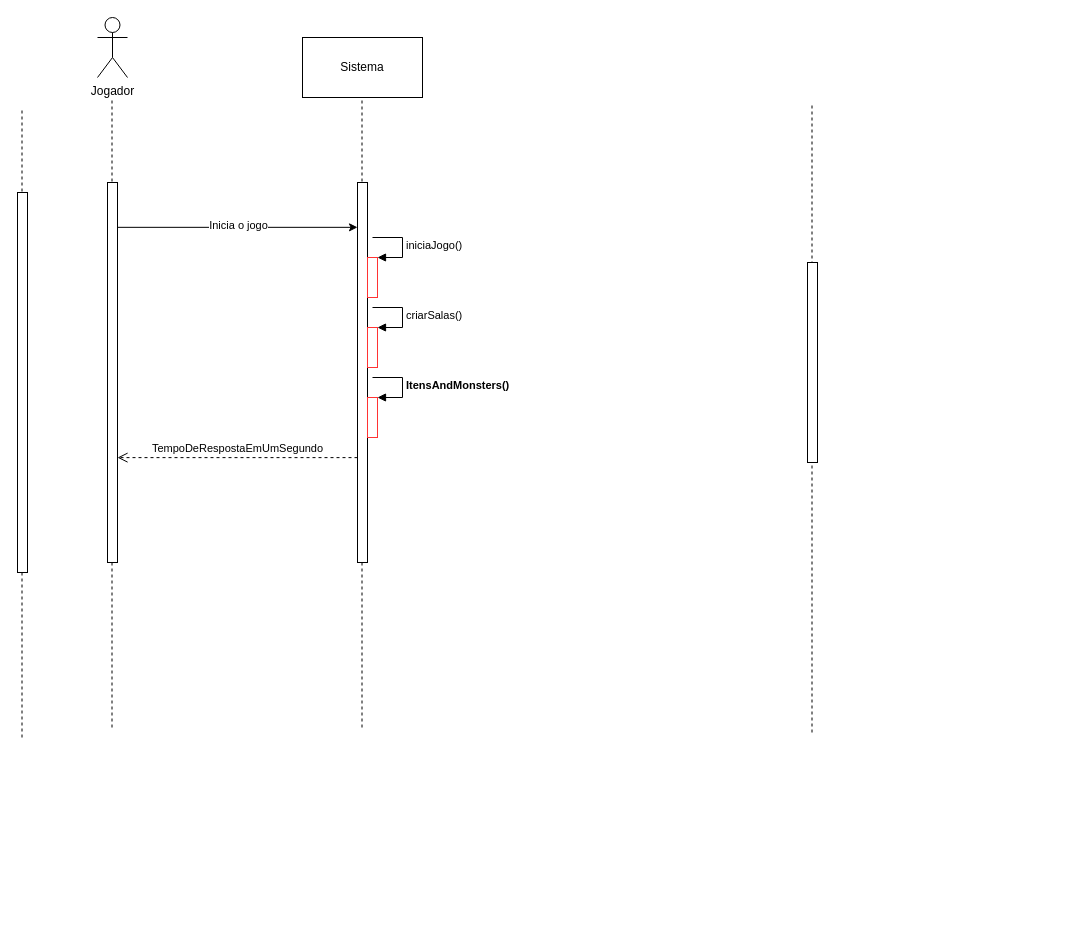
Above: page "Visão Funcional" (2 of 4) of Descrição da Arquitetura.drawio in renanreyc/EngenhariaDeSoftware (draw.io), before the change. Source tidied: cells renumbered, new cells numbered last; positions are measured from the earlier drawing's top-left corner, leaving out a move shared by most shapes. Both pictures are drawn from the tidied source at 100%, with x=0, y=0 at pixel (17, 17).
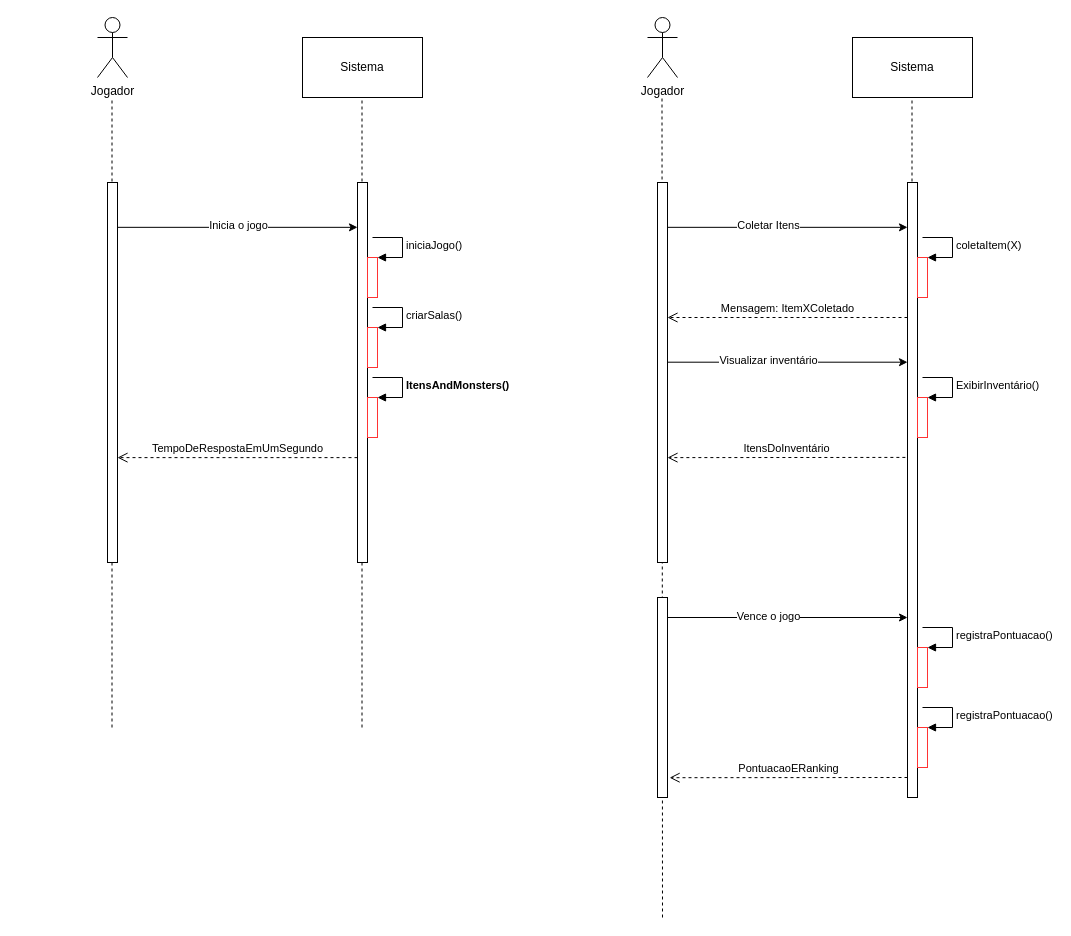
The same diagram, later.

Diff of the diagram source:
```diff
@@
-    <mxCell id="7" style="endArrow=none;dashed=1;html=1;rounded=0;" parent="1" edge="1">
-      <mxGeometry relative="1" as="geometry">
-        <mxPoint x="4.5" y="720" as="sourcePoint" />
-        <mxPoint x="4.5" y="90" as="targetPoint" />
-      </mxGeometry>
-    </mxCell>
-    <mxCell id="8" style="html=1;perimeter=orthogonalPerimeter;" parent="1" vertex="1">
-      <mxGeometry y="175" width="10" height="380" as="geometry" />
-    </mxCell>
@@
-    <mxCell id="12" style="endArrow=none;dashed=1;html=1;rounded=0;" parent="1" edge="1">
-      <mxGeometry relative="1" as="geometry">
-        <mxPoint x="794.5" y="715" as="sourcePoint" />
-        <mxPoint x="794.5" y="85" as="targetPoint" />
-      </mxGeometry>
-    </mxCell>
-    <mxCell id="13" style="html=1;perimeter=orthogonalPerimeter;" parent="1" vertex="1">
-      <mxGeometry x="790" y="245" width="10" height="200" as="geometry" />
-    </mxCell>
@@
+    <mxCell id="21" style="endArrow=none;dashed=1;html=1;rounded=0;" parent="1" edge="1">
+      <mxGeometry relative="1" as="geometry">
+        <mxPoint x="645" y="900" as="sourcePoint" />
+        <mxPoint x="644.5" y="80" as="targetPoint" />
+      </mxGeometry>
+    </mxCell>
+    <mxCell id="22" value="Jogador" style="shape=umlActor;verticalLabelPosition=bottom;verticalAlign=top;html=1;" parent="1" vertex="1">
+      <mxGeometry x="630" width="30" height="60" as="geometry" />
+    </mxCell>
+    <mxCell id="23" style="html=1;points=[];perimeter=orthogonalPerimeter;" parent="1" vertex="1">
+      <mxGeometry x="640" y="165" width="10" height="380" as="geometry" />
+    </mxCell>
+    <mxCell id="24" style="endArrow=classic;html=1;rounded=0;exitX=1;exitY=0.118;exitDx=0;exitDy=0;exitPerimeter=0;" parent="1" edge="1" source="23" target="27">
+      <mxGeometry relative="1" as="geometry" />
+    </mxCell>
+    <mxCell id="25" value="Coletar Itens" style="edgeLabel;html=1;align=center;verticalAlign=middle;" parent="24" vertex="1">
+      <mxGeometry x="-0.55" y="2" relative="1" as="geometry">
+        <mxPoint x="46" as="offset" />
+      </mxGeometry>
+    </mxCell>
+    <mxCell id="26" style="endArrow=none;dashed=1;html=1;rounded=0;" parent="1" edge="1">
+      <mxGeometry relative="1" as="geometry">
+        <mxPoint x="894.5" y="710" as="sourcePoint" />
+        <mxPoint x="894.5" y="80" as="targetPoint" />
+      </mxGeometry>
+    </mxCell>
+    <mxCell id="27" style="html=1;points=[];perimeter=orthogonalPerimeter;" parent="1" vertex="1">
+      <mxGeometry x="890" y="165" width="10" height="615" as="geometry" />
+    </mxCell>
+    <mxCell id="28" value="Sistema" style="rounded=0;whiteSpace=wrap;html=1;" parent="1" vertex="1">
+      <mxGeometry x="835" y="20" width="120" height="60" as="geometry" />
+    </mxCell>
+    <mxCell id="29" style="html=1;points=[];perimeter=orthogonalPerimeter;strokeColor=#FF3333;fillColor=none;" parent="1" vertex="1">
+      <mxGeometry x="900" y="240" width="10" height="40" as="geometry" />
+    </mxCell>
+    <mxCell id="30" value="coletaItem(X)" style="edgeStyle=orthogonalEdgeStyle;html=1;align=left;spacingLeft=2;endArrow=block;rounded=0;entryX=1;entryY=0;" parent="1" edge="1" target="29">
+      <mxGeometry relative="1" as="geometry">
+        <mxPoint x="905" y="220" as="sourcePoint" />
+        <Array as="points">
+          <mxPoint x="935" y="220" />
+        </Array>
+      </mxGeometry>
+    </mxCell>
+    <mxCell id="31" style="html=1;points=[];perimeter=orthogonalPerimeter;strokeColor=#FF3333;fillColor=none;" parent="1" vertex="1">
+      <mxGeometry x="900" y="380" width="10" height="40" as="geometry" />
+    </mxCell>
+    <mxCell id="32" value="ExibirInventário()" style="edgeStyle=orthogonalEdgeStyle;html=1;align=left;spacingLeft=2;endArrow=block;rounded=0;entryX=1;entryY=0;" parent="1" edge="1" target="31">
+      <mxGeometry relative="1" as="geometry">
+        <mxPoint x="905" y="360" as="sourcePoint" />
+        <Array as="points">
+          <mxPoint x="935" y="360" />
+        </Array>
+      </mxGeometry>
+    </mxCell>
+    <mxCell id="33" style="html=1;points=[];perimeter=orthogonalPerimeter;strokeColor=#FF3333;fillColor=none;" parent="1" vertex="1">
+      <mxGeometry x="900" y="630" width="10" height="40" as="geometry" />
+    </mxCell>
+    <mxCell id="34" value="registraPontuacao()" style="edgeStyle=orthogonalEdgeStyle;html=1;align=left;spacingLeft=2;endArrow=block;rounded=0;entryX=1;entryY=0;" parent="1" edge="1" target="33">
+      <mxGeometry relative="1" as="geometry">
+        <mxPoint x="905" y="610" as="sourcePoint" />
+        <Array as="points">
+          <mxPoint x="935" y="610" />
+        </Array>
+      </mxGeometry>
+    </mxCell>
+    <mxCell id="35" value="ItensDoInventário" style="html=1;verticalAlign=bottom;endArrow=open;dashed=1;endSize=8;rounded=0;exitX=-0.214;exitY=0.447;exitDx=0;exitDy=0;exitPerimeter=0;entryX=1;entryY=0.724;entryDx=0;entryDy=0;entryPerimeter=0;" parent="1" edge="1" source="27" target="23">
+      <mxGeometry relative="1" as="geometry" />
+    </mxCell>
+    <mxCell id="36" value="Mensagem: ItemXColetado" style="html=1;verticalAlign=bottom;endArrow=open;dashed=1;endSize=8;rounded=0;exitX=0;exitY=0.724;exitDx=0;exitDy=0;exitPerimeter=0;entryX=1;entryY=0.724;entryDx=0;entryDy=0;entryPerimeter=0;" parent="1" edge="1">
+      <mxGeometry relative="1" as="geometry">
+        <mxPoint x="890" y="300" as="sourcePoint" />
+        <mxPoint x="650" y="300" as="targetPoint" />
+      </mxGeometry>
+    </mxCell>
+    <mxCell id="37" style="endArrow=classic;html=1;rounded=0;exitX=1;exitY=0.118;exitDx=0;exitDy=0;exitPerimeter=0;entryX=0;entryY=0.118;entryDx=0;entryDy=0;entryPerimeter=0;" parent="1" edge="1">
+      <mxGeometry relative="1" as="geometry">
+        <mxPoint x="650" y="344.7" as="sourcePoint" />
+        <mxPoint x="890" y="344.7" as="targetPoint" />
+      </mxGeometry>
+    </mxCell>
+    <mxCell id="38" value="Visualizar inventário" style="edgeLabel;html=1;align=center;verticalAlign=middle;" parent="37" vertex="1">
+      <mxGeometry x="-0.55" y="2" relative="1" as="geometry">
+        <mxPoint x="46" as="offset" />
+      </mxGeometry>
+    </mxCell>
+    <mxCell id="39" style="html=1;perimeter=orthogonalPerimeter;" parent="1" vertex="1">
+      <mxGeometry x="640" y="580" width="10" height="200" as="geometry" />
+    </mxCell>
+    <mxCell id="40" style="endArrow=classic;html=1;rounded=0;exitX=1;exitY=0.118;exitDx=0;exitDy=0;exitPerimeter=0;entryX=0;entryY=0.118;entryDx=0;entryDy=0;entryPerimeter=0;" parent="1" edge="1">
+      <mxGeometry relative="1" as="geometry">
+        <mxPoint x="650" y="600" as="sourcePoint" />
+        <mxPoint x="890" y="600" as="targetPoint" />
+      </mxGeometry>
+    </mxCell>
+    <mxCell id="41" value="Vence o jogo" style="edgeLabel;html=1;align=center;verticalAlign=middle;" parent="40" vertex="1">
+      <mxGeometry x="-0.55" y="2" relative="1" as="geometry">
+        <mxPoint x="46" as="offset" />
+      </mxGeometry>
+    </mxCell>
+    <mxCell id="42" style="html=1;points=[];perimeter=orthogonalPerimeter;strokeColor=#FF3333;fillColor=none;" parent="1" vertex="1">
+      <mxGeometry x="900" y="710" width="10" height="40" as="geometry" />
+    </mxCell>
+    <mxCell id="43" value="registraPontuacao()" style="edgeStyle=orthogonalEdgeStyle;html=1;align=left;spacingLeft=2;endArrow=block;rounded=0;entryX=1;entryY=0;" parent="1" edge="1" target="42">
+      <mxGeometry relative="1" as="geometry">
+        <mxPoint x="905" y="690" as="sourcePoint" />
+        <Array as="points">
+          <mxPoint x="935" y="690" />
+        </Array>
+      </mxGeometry>
+    </mxCell>
+    <mxCell id="44" value="PontuacaoERanking" style="html=1;verticalAlign=bottom;endArrow=open;dashed=1;endSize=8;rounded=0;exitX=-0.214;exitY=0.447;exitDx=0;exitDy=0;exitPerimeter=0;entryX=1;entryY=0.724;entryDx=0;entryDy=0;entryPerimeter=0;" parent="1" edge="1">
+      <mxGeometry relative="1" as="geometry">
+        <mxPoint x="890" y="760" as="sourcePoint" />
+        <mxPoint x="652.1" y="760.2" as="targetPoint" />
+      </mxGeometry>
+    </mxCell>
```
